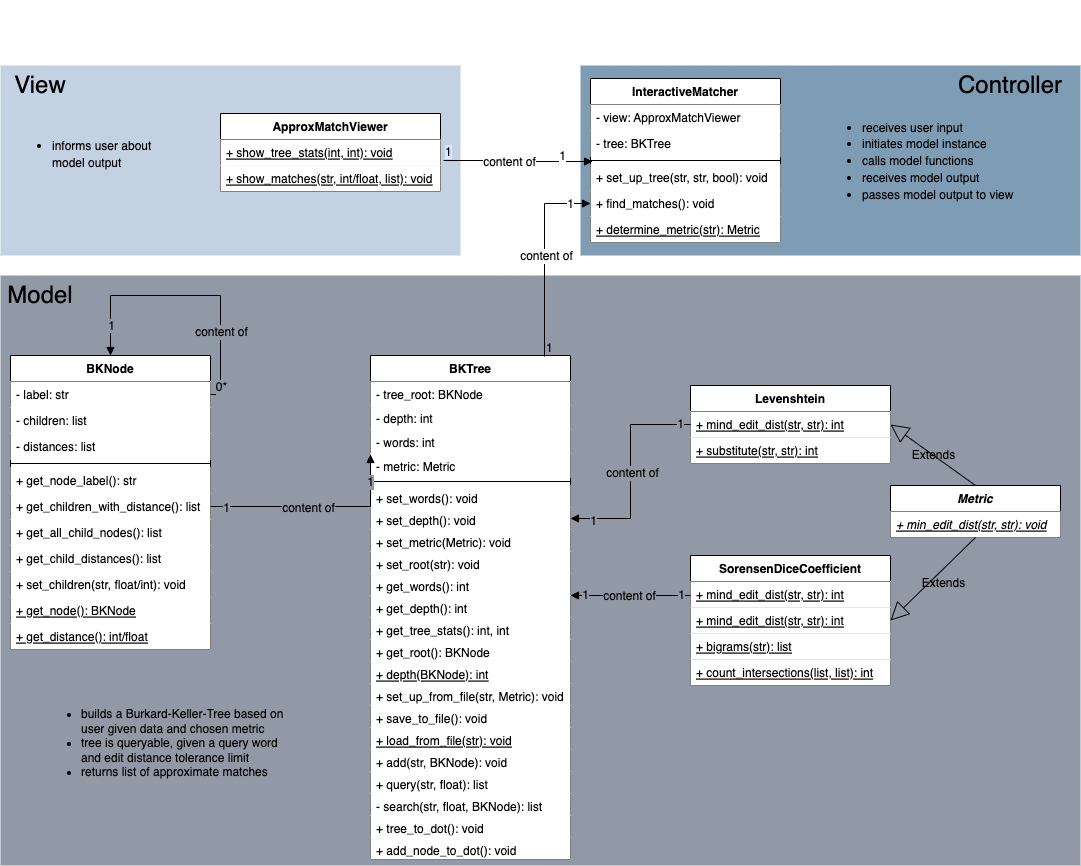
The draw.io diagram resources/ApproxMatching.png in eileenkammel/Approximate_String_Matching, before a commit. Source tidied: cells renumbered, new cells last; positions are measured from the earlier drawing's top-left corner, leaving out a move shared by most shapes.
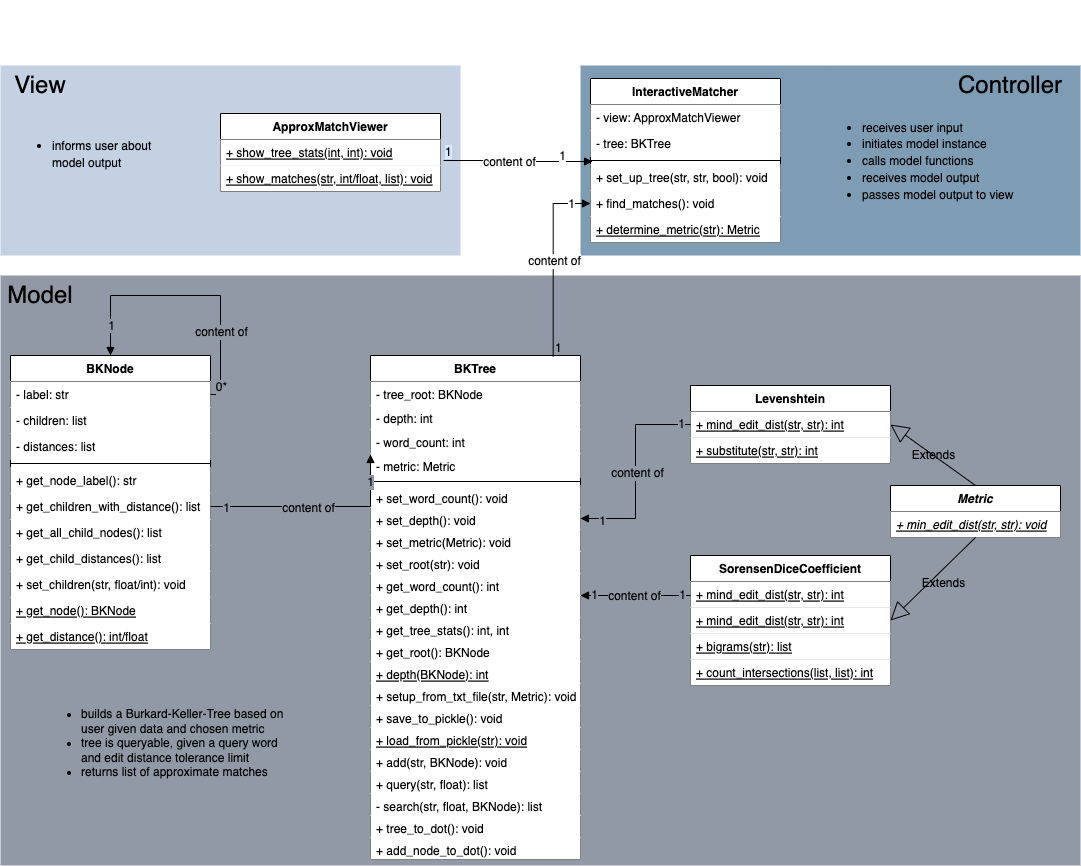
After the change.

Commit message:
Review: adjust UML to reflect changes

Change to the diagram source:
```diff
@@ -6,73 +6,73 @@
       <mxGeometry y="275" width="1080" height="590" as="geometry" />
     </mxCell>
     <mxCell id="3" value="BKTree" style="swimlane;fontStyle=1;align=center;verticalAlign=top;horizontal=1;startSize=26;gradientColor=#ffffff;swimlaneFillColor=default;" parent="1" vertex="1">
-      <mxGeometry x="370" y="355" width="200" height="504" as="geometry" />
+      <mxGeometry x="370" y="355" width="210" height="504" as="geometry" />
     </mxCell>
     <mxCell id="4" value="- tree_root: BKNode&#10;" style="text;align=left;verticalAlign=top;spacingLeft=4;spacingRight=4;overflow=hidden;fillColor=default;" parent="3" vertex="1">
-      <mxGeometry y="26" width="200" height="24" as="geometry" />
+      <mxGeometry y="26" width="210" height="24" as="geometry" />
     </mxCell>
     <mxCell id="5" value="- depth: int&#10;" style="text;align=left;verticalAlign=top;spacingLeft=4;spacingRight=4;overflow=hidden;fillColor=default;" parent="3" vertex="1">
-      <mxGeometry y="50" width="200" height="24" as="geometry" />
+      <mxGeometry y="50" width="210" height="24" as="geometry" />
     </mxCell>
-    <mxCell id="6" value="- words: int&#10;" style="text;align=left;verticalAlign=top;spacingLeft=4;spacingRight=4;overflow=hidden;fillColor=default;" parent="3" vertex="1">
-      <mxGeometry y="74" width="200" height="24" as="geometry" />
+    <mxCell id="6" value="- word_count: int&#10;" style="text;align=left;verticalAlign=top;spacingLeft=4;spacingRight=4;overflow=hidden;fillColor=default;" parent="3" vertex="1">
+      <mxGeometry y="74" width="210" height="24" as="geometry" />
     </mxCell>
     <mxCell id="7" value="- metric: Metric&#10;" style="text;align=left;verticalAlign=top;spacingLeft=4;spacingRight=4;overflow=hidden;fillColor=default;" parent="3" vertex="1">
-      <mxGeometry y="98" width="200" height="24" as="geometry" />
+      <mxGeometry y="98" width="210" height="24" as="geometry" />
     </mxCell>
     <mxCell id="8" style="line;strokeWidth=1;align=left;verticalAlign=middle;spacingTop=-1;spacingLeft=3;spacingRight=3;labelPosition=right;fillColor=#FFFFFF;" parent="3" vertex="1">
-      <mxGeometry y="122" width="200" height="8" as="geometry" />
+      <mxGeometry y="122" width="210" height="8" as="geometry" />
     </mxCell>
-    <mxCell id="9" value="+ set_words(): void&#10;" style="text;align=left;verticalAlign=top;spacingLeft=4;spacingRight=4;overflow=hidden;fontStyle=0;fillColor=default;" parent="3" vertex="1">
-      <mxGeometry y="130" width="200" height="22" as="geometry" />
+    <mxCell id="9" value="+ set_word_count(): void&#10;" style="text;align=left;verticalAlign=top;spacingLeft=4;spacingRight=4;overflow=hidden;fontStyle=0;fillColor=default;" parent="3" vertex="1">
+      <mxGeometry y="130" width="210" height="22" as="geometry" />
     </mxCell>
     <mxCell id="10" value="+ set_depth(): void&#10;" style="text;align=left;verticalAlign=top;spacingLeft=4;spacingRight=4;overflow=hidden;points=[[0,0.5],[1,0.5]];portConstraint=eastwest;fontStyle=0;fillColor=default;" parent="3" vertex="1">
-      <mxGeometry y="152" width="200" height="22" as="geometry" />
+      <mxGeometry y="152" width="210" height="22" as="geometry" />
     </mxCell>
     <mxCell id="11" value="+ set_metric(Metric): void&#10;" style="text;align=left;verticalAlign=top;spacingLeft=4;spacingRight=4;overflow=hidden;fontStyle=0;fillColor=default;" parent="3" vertex="1">
-      <mxGeometry y="174" width="200" height="22" as="geometry" />
+      <mxGeometry y="174" width="210" height="22" as="geometry" />
     </mxCell>
     <mxCell id="12" value="+ set_root(str): void" style="text;align=left;verticalAlign=top;spacingLeft=4;spacingRight=4;overflow=hidden;fontStyle=0;fillColor=default;" parent="3" vertex="1">
-      <mxGeometry y="196" width="200" height="22" as="geometry" />
+      <mxGeometry y="196" width="210" height="22" as="geometry" />
     </mxCell>
-    <mxCell id="13" value="+ get_words(): int&#10;" style="text;align=left;verticalAlign=top;spacingLeft=4;spacingRight=4;overflow=hidden;fontStyle=0;fillColor=default;" parent="3" vertex="1">
-      <mxGeometry y="218" width="200" height="22" as="geometry" />
+    <mxCell id="13" value="+ get_word_count(): int&#10;" style="text;align=left;verticalAlign=top;spacingLeft=4;spacingRight=4;overflow=hidden;fontStyle=0;fillColor=default;" parent="3" vertex="1">
+      <mxGeometry y="218" width="210" height="22" as="geometry" />
     </mxCell>
     <mxCell id="14" value="+ get_depth(): int&#10;" style="text;align=left;verticalAlign=top;spacingLeft=4;spacingRight=4;overflow=hidden;fontStyle=0;fillColor=default;" parent="3" vertex="1">
-      <mxGeometry y="240" width="200" height="22" as="geometry" />
+      <mxGeometry y="240" width="210" height="22" as="geometry" />
     </mxCell>
     <mxCell id="15" value="+ get_tree_stats(): int, int&#10;" style="text;align=left;verticalAlign=top;spacingLeft=4;spacingRight=4;overflow=hidden;fontStyle=0;fillColor=default;" parent="3" vertex="1">
-      <mxGeometry y="262" width="200" height="22" as="geometry" />
+      <mxGeometry y="262" width="210" height="22" as="geometry" />
     </mxCell>
     <mxCell id="16" value="+ get_root(): BKNode&#10;" style="text;align=left;verticalAlign=top;spacingLeft=4;spacingRight=4;overflow=hidden;fontStyle=0;fillColor=default;" parent="3" vertex="1">
-      <mxGeometry y="284" width="200" height="22" as="geometry" />
+      <mxGeometry y="284" width="210" height="22" as="geometry" />
     </mxCell>
     <mxCell id="17" value="+ depth(BKNode): int&#10;" style="text;align=left;verticalAlign=top;spacingLeft=4;spacingRight=4;overflow=hidden;fontStyle=4;fillColor=default;" parent="3" vertex="1">
-      <mxGeometry y="306" width="200" height="22" as="geometry" />
+      <mxGeometry y="306" width="210" height="22" as="geometry" />
     </mxCell>
-    <mxCell id="18" value="+ set_up_from_file(str, Metric): void&#10;" style="text;align=left;verticalAlign=top;spacingLeft=4;spacingRight=4;overflow=hidden;fontStyle=0;fillColor=default;" parent="3" vertex="1">
-      <mxGeometry y="328" width="200" height="22" as="geometry" />
+    <mxCell id="18" value="+ setup_from_txt_file(str, Metric): void&#10;" style="text;align=left;verticalAlign=top;spacingLeft=4;spacingRight=4;overflow=hidden;fontStyle=0;fillColor=default;" parent="3" vertex="1">
+      <mxGeometry y="328" width="210" height="22" as="geometry" />
     </mxCell>
-    <mxCell id="19" value="+ save_to_file(): void&#10;" style="text;align=left;verticalAlign=top;spacingLeft=4;spacingRight=4;overflow=hidden;fontStyle=0;fillColor=default;" parent="3" vertex="1">
-      <mxGeometry y="350" width="200" height="22" as="geometry" />
+    <mxCell id="19" value="+ save_to_pickle(): void&#10;" style="text;align=left;verticalAlign=top;spacingLeft=4;spacingRight=4;overflow=hidden;fontStyle=0;fillColor=default;" parent="3" vertex="1">
+      <mxGeometry y="350" width="210" height="22" as="geometry" />
     </mxCell>
-    <mxCell id="20" value="+ load_from_file(str): void&#10;" style="text;align=left;verticalAlign=top;spacingLeft=4;spacingRight=4;overflow=hidden;fontStyle=4;fillColor=default;" parent="3" vertex="1">
-      <mxGeometry y="372" width="200" height="22" as="geometry" />
+    <mxCell id="20" value="+ load_from_pickle(str): void&#10;" style="text;align=left;verticalAlign=top;spacingLeft=4;spacingRight=4;overflow=hidden;fontStyle=4;fillColor=default;" parent="3" vertex="1">
+      <mxGeometry y="372" width="210" height="22" as="geometry" />
     </mxCell>
     <mxCell id="21" value="+ add(str, BKNode): void" style="text;align=left;verticalAlign=top;spacingLeft=4;spacingRight=4;overflow=hidden;fontStyle=0;fillColor=default;" parent="3" vertex="1">
-      <mxGeometry y="394" width="200" height="22" as="geometry" />
+      <mxGeometry y="394" width="210" height="22" as="geometry" />
     </mxCell>
     <mxCell id="22" value="+ query(str, float): list" style="text;align=left;verticalAlign=top;spacingLeft=4;spacingRight=4;overflow=hidden;fontStyle=0;fillColor=default;" parent="3" vertex="1">
-      <mxGeometry y="416" width="200" height="22" as="geometry" />
+      <mxGeometry y="416" width="210" height="22" as="geometry" />
     </mxCell>
     <mxCell id="23" value="- search(str, float, BKNode): list" style="text;align=left;verticalAlign=top;spacingLeft=4;spacingRight=4;overflow=hidden;fontStyle=0;fillColor=default;" parent="3" vertex="1">
-      <mxGeometry y="438" width="200" height="22" as="geometry" />
+      <mxGeometry y="438" width="210" height="22" as="geometry" />
     </mxCell>
     <mxCell id="24" value="+ tree_to_dot(): void" style="text;align=left;verticalAlign=top;spacingLeft=4;spacingRight=4;overflow=hidden;fontStyle=0;fillColor=default;" parent="3" vertex="1">
-      <mxGeometry y="460" width="200" height="22" as="geometry" />
+      <mxGeometry y="460" width="210" height="22" as="geometry" />
     </mxCell>
     <mxCell id="25" value="+ add_node_to_dot(): void" style="text;align=left;verticalAlign=top;spacingLeft=4;spacingRight=4;overflow=hidden;fontStyle=0;fillColor=default;" parent="3" vertex="1">
-      <mxGeometry y="482" width="200" height="22" as="geometry" />
+      <mxGeometry y="482" width="210" height="22" as="geometry" />
     </mxCell>
     <mxCell id="26" value="BKNode" style="swimlane;fontStyle=1;align=center;verticalAlign=top;horizontal=1;startSize=26;fillColor=default;swimlaneFillColor=default;" parent="1" vertex="1">
       <mxGeometry x="10" y="355" width="200" height="294" as="geometry" />
@@ -249,7 +249,7 @@
     <mxCell id="78" style="endArrow=block;endFill=1;html=1;edgeStyle=orthogonalEdgeStyle;align=left;verticalAlign=top;rounded=0;labelBackgroundColor=none;fontSize=12;fontColor=default;" parent="1" edge="1">
       <mxGeometry x="-1" relative="1" as="geometry">
         <mxPoint x="690" y="595" as="sourcePoint" />
-        <mxPoint x="570" y="595" as="targetPoint" />
+        <mxPoint x="580" y="595" as="targetPoint" />
       </mxGeometry>
     </mxCell>
     <mxCell id="79" style="edgeLabel;html=1;align=left;verticalAlign=bottom;labelBackgroundColor=#F8EBE9;labelBorderColor=none;fontSize=12;fontColor=default;fillColor=default;gradientColor=none;" parent="78" vertex="1">
```
